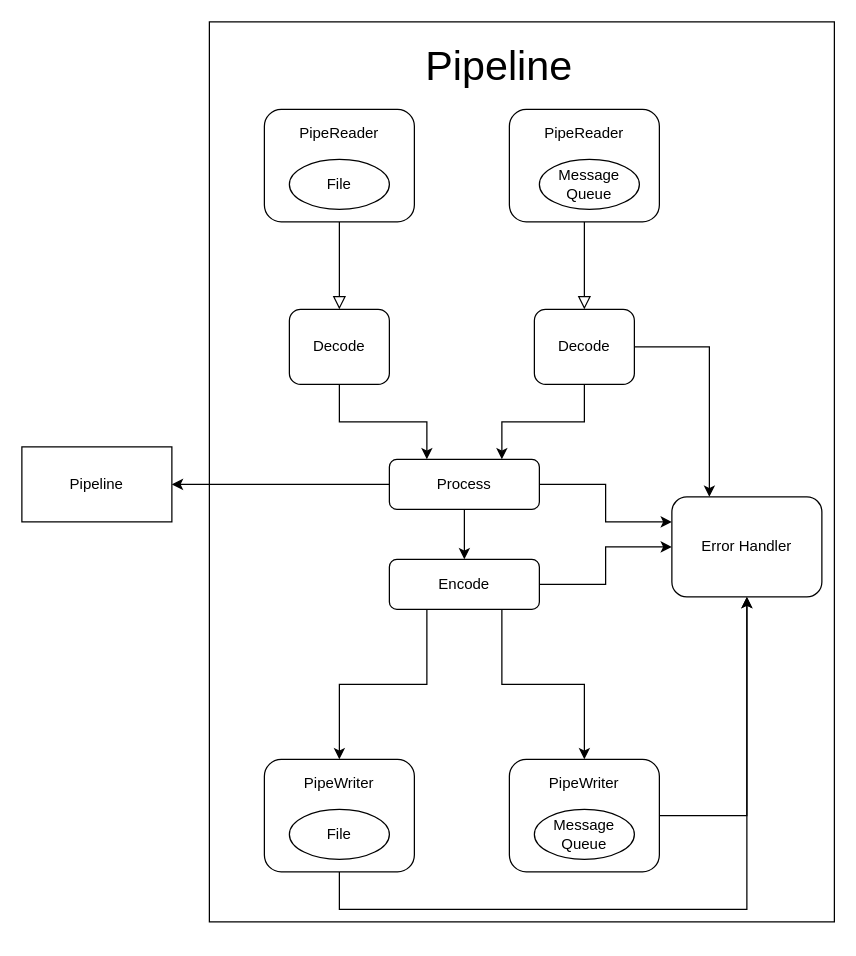
Above: pipeline.drawio in lobocv/pipeline (draw.io), before the change. Source tidied: cells renumbered, new cells numbered last; positions are measured from the earlier drawing's top-left corner, leaving out a move shared by most shapes. Both pictures are drawn from the tidied source at 125%, with x=0, y=0 at pixel (21, 21).
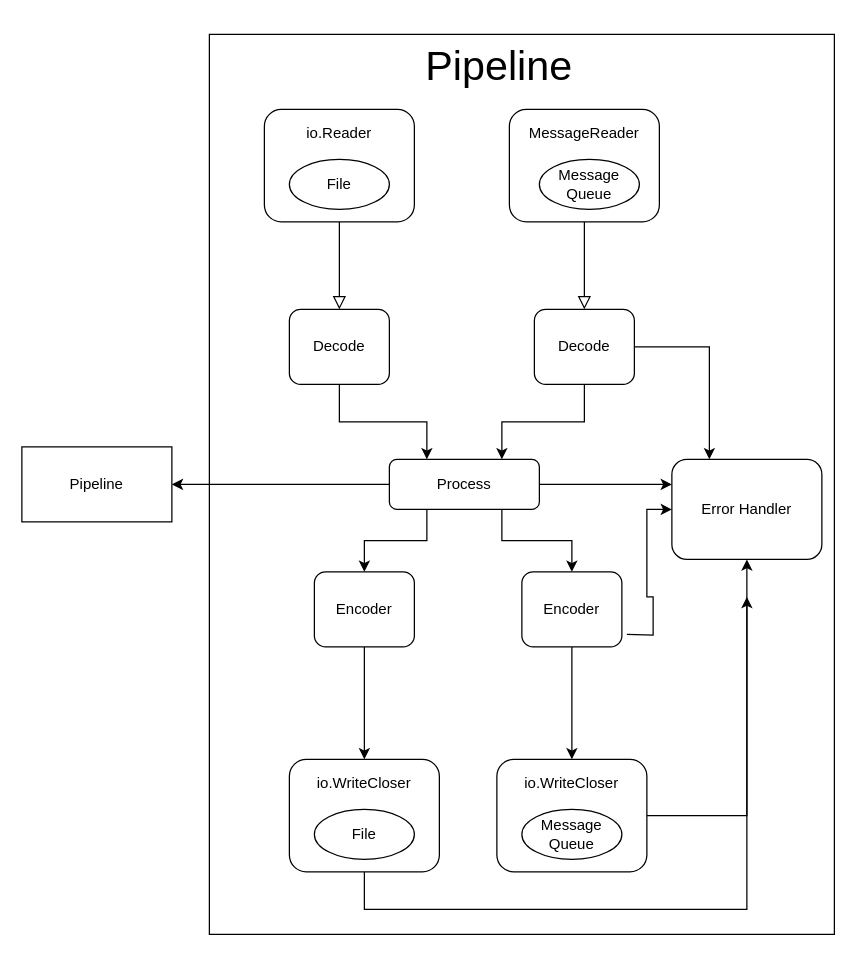
After the change.

The change refers to these unchanged cells:
```xml
<mxCell id="6" value="Process" style="rounded=1;whiteSpace=wrap;html=1;fontSize=12;glass=0;strokeWidth=1;shadow=0;" parent="1" vertex="1">
  <mxGeometry x="294" y="350" width="120" height="40" as="geometry" />
</mxCell>
```

The edit, as a diff of the source:
```diff
@@
+    <mxCell id="29" style="rounded=0;whiteSpace=wrap;html=1;fillColor=none;" parent="1" vertex="1">
+      <mxGeometry x="150" y="10" width="500" height="720" as="geometry" />
+    </mxCell>
@@
-    <mxCell id="3" value="&lt;p style=&quot;line-height: 120%&quot;&gt;PipeReader&lt;/p&gt;&lt;p style=&quot;line-height: 120%&quot;&gt;&lt;br&gt;&lt;/p&gt;&lt;p style=&quot;line-height: 120%&quot;&gt;&lt;br&gt;&lt;/p&gt;" style="rounded=1;whiteSpace=wrap;html=1;fontSize=12;glass=0;strokeWidth=1;shadow=0;" parent="1" vertex="1">
+    <mxCell id="3" value="&lt;p style=&quot;line-height: 120%&quot;&gt;io.Reader&lt;/p&gt;&lt;p style=&quot;line-height: 120%&quot;&gt;&lt;br&gt;&lt;/p&gt;&lt;p style=&quot;line-height: 120%&quot;&gt;&lt;br&gt;&lt;/p&gt;" style="rounded=1;whiteSpace=wrap;html=1;fontSize=12;glass=0;strokeWidth=1;shadow=0;" parent="1" vertex="1">
       <mxGeometry x="194" y="70" width="120" height="90" as="geometry" />
     </mxCell>
@@
+    <mxCell id="31" style="edgeStyle=orthogonalEdgeStyle;rounded=0;jettySize=auto;html=1;exitX=0.25;exitY=1;exitDx=0;exitDy=0;entryX=0.5;entryY=0;entryDx=0;entryDy=0;" parent="1" edge="1" source="6" target="33">
+      <mxGeometry relative="1" as="geometry" />
+    </mxCell>
+    <mxCell id="32" style="edgeStyle=orthogonalEdgeStyle;rounded=0;jettySize=auto;html=1;exitX=0.75;exitY=1;exitDx=0;exitDy=0;entryX=0.5;entryY=0;entryDx=0;entryDy=0;" parent="1" edge="1" source="6" target="34">
+      <mxGeometry relative="1" as="geometry" />
+    </mxCell>
@@
-    <mxCell id="10" style="edgeStyle=orthogonalEdgeStyle;rounded=0;jettySize=auto;html=1;exitX=1;exitY=0.5;exitDx=0;exitDy=0;entryX=0;entryY=0.5;entryDx=0;entryDy=0;" parent="1" edge="1" source="11" target="25">
-      <mxGeometry relative="1" as="geometry" />
+    <mxCell id="10" style="edgeStyle=orthogonalEdgeStyle;rounded=0;jettySize=auto;html=1;exitX=1;exitY=0.5;exitDx=0;exitDy=0;entryX=0;entryY=0.5;entryDx=0;entryDy=0;" parent="1" edge="1" target="25">
+      <mxGeometry relative="1" as="geometry">
+        <mxPoint x="484" y="490" as="sourcePoint" />
+      </mxGeometry>
     </mxCell>
-    <mxCell id="11" value="Encode" style="rounded=1;whiteSpace=wrap;html=1;fontSize=12;glass=0;strokeWidth=1;shadow=0;" parent="1" vertex="1">
-      <mxGeometry x="294" y="430" width="120" height="40" as="geometry" />
-    </mxCell>
-    <mxCell id="12" style="edgeStyle=orthogonalEdgeStyle;rounded=0;jettySize=auto;html=1;entryX=0.5;entryY=0;entryDx=0;entryDy=0;exitX=0.25;exitY=1;exitDx=0;exitDy=0;" parent="1" edge="1" source="11" target="21">
+    <mxCell id="12" style="edgeStyle=orthogonalEdgeStyle;rounded=0;jettySize=auto;html=1;entryX=0.5;entryY=0;entryDx=0;entryDy=0;exitX=0.5;exitY=1;exitDx=0;exitDy=0;" parent="1" edge="1" source="33" target="21">
       <mxGeometry relative="1" as="geometry" />
     </mxCell>
-    <mxCell id="13" style="edgeStyle=orthogonalEdgeStyle;rounded=0;jettySize=auto;html=1;exitX=0.75;exitY=1;exitDx=0;exitDy=0;entryX=0.5;entryY=0;entryDx=0;entryDy=0;" parent="1" edge="1" source="11" target="23">
+    <mxCell id="13" style="edgeStyle=orthogonalEdgeStyle;rounded=0;jettySize=auto;html=1;exitX=0.5;exitY=1;exitDx=0;exitDy=0;entryX=0.5;entryY=0;entryDx=0;entryDy=0;" parent="1" edge="1" source="34" target="23">
       <mxGeometry relative="1" as="geometry" />
     </mxCell>
@@
-    <mxCell id="17" value="&lt;p style=&quot;line-height: 120%&quot;&gt;PipeReader&lt;/p&gt;&lt;p style=&quot;line-height: 120%&quot;&gt;&lt;br&gt;&lt;/p&gt;&lt;p style=&quot;line-height: 120%&quot;&gt;&lt;br&gt;&lt;/p&gt;" style="rounded=1;whiteSpace=wrap;html=1;fontSize=12;glass=0;strokeWidth=1;shadow=0;" parent="1" vertex="1">
+    <mxCell id="17" value="&lt;p style=&quot;line-height: 120%&quot;&gt;MessageReader&lt;/p&gt;&lt;p style=&quot;line-height: 120%&quot;&gt;&lt;br&gt;&lt;/p&gt;&lt;p style=&quot;line-height: 120%&quot;&gt;&lt;br&gt;&lt;/p&gt;" style="rounded=1;whiteSpace=wrap;html=1;fontSize=12;glass=0;strokeWidth=1;shadow=0;" parent="1" vertex="1">
       <mxGeometry x="390" y="70" width="120" height="90" as="geometry" />
     </mxCell>
@@
-    <mxCell id="19" style="endArrow=classic;html=1;exitX=0.5;exitY=1;exitDx=0;exitDy=0;entryX=0.5;entryY=0;entryDx=0;entryDy=0;" parent="1" edge="1" source="6" target="11">
-      <mxGeometry relative="1" as="geometry" />
-    </mxCell>
     <mxCell id="20" style="edgeStyle=orthogonalEdgeStyle;rounded=0;jettySize=auto;html=1;exitX=0.5;exitY=1;exitDx=0;exitDy=0;" parent="1" edge="1" source="21">
       <mxGeometry relative="1" as="geometry">
         <mxPoint x="580" y="460" as="targetPoint" />
         <Array as="points">
-          <mxPoint x="254" y="710" />
+          <mxPoint x="274" y="710" />
           <mxPoint x="580" y="710" />
         </Array>
       </mxGeometry>
     </mxCell>
-    <mxCell id="21" value="&lt;p style=&quot;line-height: 120%&quot;&gt;PipeWriter&lt;/p&gt;&lt;p style=&quot;line-height: 120%&quot;&gt;&lt;br&gt;&lt;/p&gt;&lt;p style=&quot;line-height: 120%&quot;&gt;&lt;br&gt;&lt;/p&gt;" style="rounded=1;whiteSpace=wrap;html=1;fontSize=12;glass=0;strokeWidth=1;shadow=0;" parent="1" vertex="1">
-      <mxGeometry x="194" y="590" width="120" height="90" as="geometry" />
+    <mxCell id="21" value="&lt;p style=&quot;line-height: 120%&quot;&gt;io.WriteCloser&lt;/p&gt;&lt;p style=&quot;line-height: 120%&quot;&gt;&lt;br&gt;&lt;/p&gt;&lt;p style=&quot;line-height: 120%&quot;&gt;&lt;br&gt;&lt;/p&gt;" style="rounded=1;whiteSpace=wrap;html=1;fontSize=12;glass=0;strokeWidth=1;shadow=0;" parent="1" vertex="1">
+      <mxGeometry x="214" y="590" width="120" height="90" as="geometry" />
     </mxCell>
     <mxCell id="22" value="File" style="ellipse;whiteSpace=wrap;html=1;" parent="1" vertex="1">
-      <mxGeometry x="214" y="630" width="80" height="40" as="geometry" />
+      <mxGeometry x="234" y="630" width="80" height="40" as="geometry" />
     </mxCell>
-    <mxCell id="23" value="&lt;p style=&quot;line-height: 120%&quot;&gt;PipeWriter&lt;/p&gt;&lt;p style=&quot;line-height: 120%&quot;&gt;&lt;br&gt;&lt;/p&gt;&lt;p style=&quot;line-height: 120%&quot;&gt;&lt;br&gt;&lt;/p&gt;" style="rounded=1;whiteSpace=wrap;html=1;fontSize=12;glass=0;strokeWidth=1;shadow=0;" parent="1" vertex="1">
-      <mxGeometry x="390" y="590" width="120" height="90" as="geometry" />
+    <mxCell id="23" value="&lt;p style=&quot;line-height: 120%&quot;&gt;io.WriteCloser&lt;/p&gt;&lt;p style=&quot;line-height: 120%&quot;&gt;&lt;br&gt;&lt;/p&gt;&lt;p style=&quot;line-height: 120%&quot;&gt;&lt;br&gt;&lt;/p&gt;" style="rounded=1;whiteSpace=wrap;html=1;fontSize=12;glass=0;strokeWidth=1;shadow=0;" parent="1" vertex="1">
+      <mxGeometry x="380" y="590" width="120" height="90" as="geometry" />
     </mxCell>
     <mxCell id="24" value="Message Queue" style="ellipse;whiteSpace=wrap;html=1;" parent="1" vertex="1">
-      <mxGeometry x="410" y="630" width="80" height="40" as="geometry" />
+      <mxGeometry x="400" y="630" width="80" height="40" as="geometry" />
     </mxCell>
     <mxCell id="25" value="Error Handler" style="rounded=1;whiteSpace=wrap;html=1;fontSize=12;glass=0;strokeWidth=1;shadow=0;" parent="1" vertex="1">
-      <mxGeometry x="520" y="380" width="120" height="80" as="geometry" />
+      <mxGeometry x="520" y="350" width="120" height="80" as="geometry" />
     </mxCell>
@@
-    <mxCell id="29" style="rounded=0;whiteSpace=wrap;html=1;fillColor=none;" parent="1" vertex="1">
-      <mxGeometry x="150" width="500" height="720" as="geometry" />
-    </mxCell>
@@
+    <mxCell id="33" value="Encoder" style="rounded=1;whiteSpace=wrap;html=1;fontSize=12;glass=0;strokeWidth=1;shadow=0;" parent="1" vertex="1">
+      <mxGeometry x="234" y="440" width="80" height="60" as="geometry" />
+    </mxCell>
+    <mxCell id="34" value="Encoder" style="rounded=1;whiteSpace=wrap;html=1;fontSize=12;glass=0;strokeWidth=1;shadow=0;" parent="1" vertex="1">
+      <mxGeometry x="400" y="440" width="80" height="60" as="geometry" />
+    </mxCell>
```
